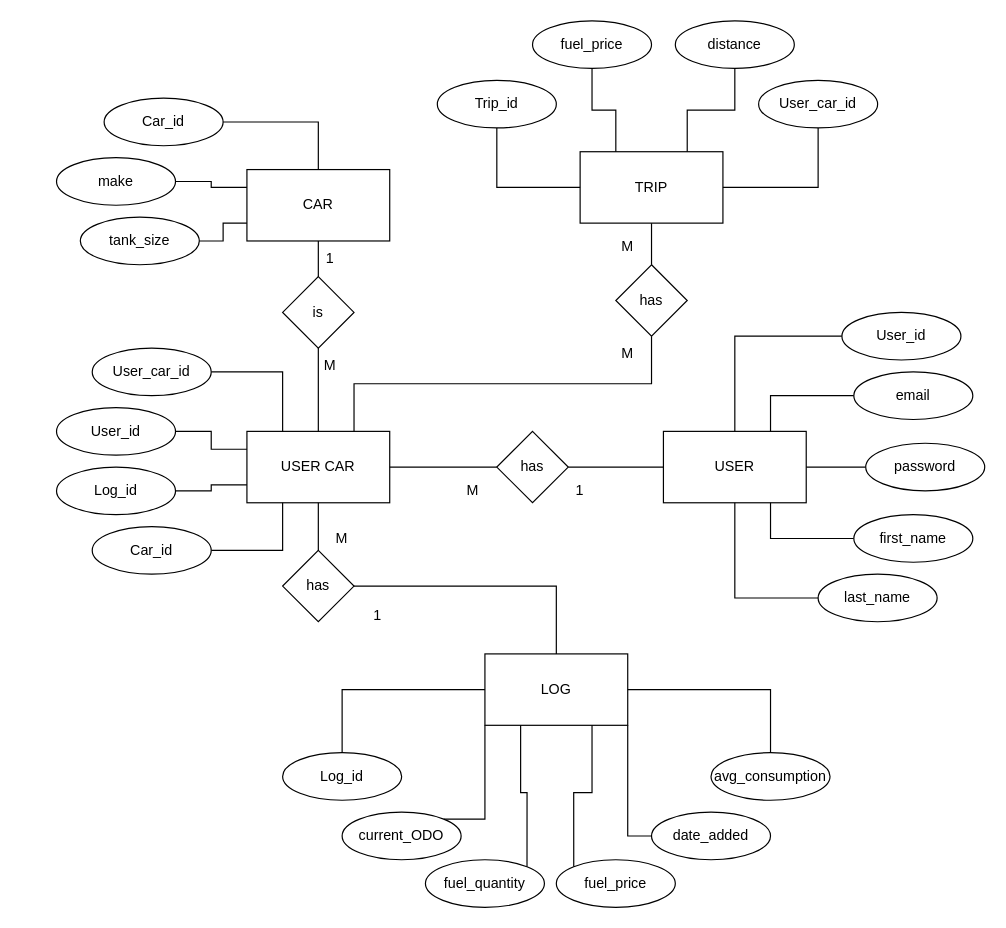
This is Fuel-log-API.drawio from jordansaker/ERDs, a draw.io file, before an edit. Source tidied: cells renumbered, new cells numbered last; positions are measured from the earlier drawing's top-left corner, leaving out a move shared by most shapes. Both pictures are drawn from the tidied source at 119%, with x=0, y=0 at pixel (56, 20).
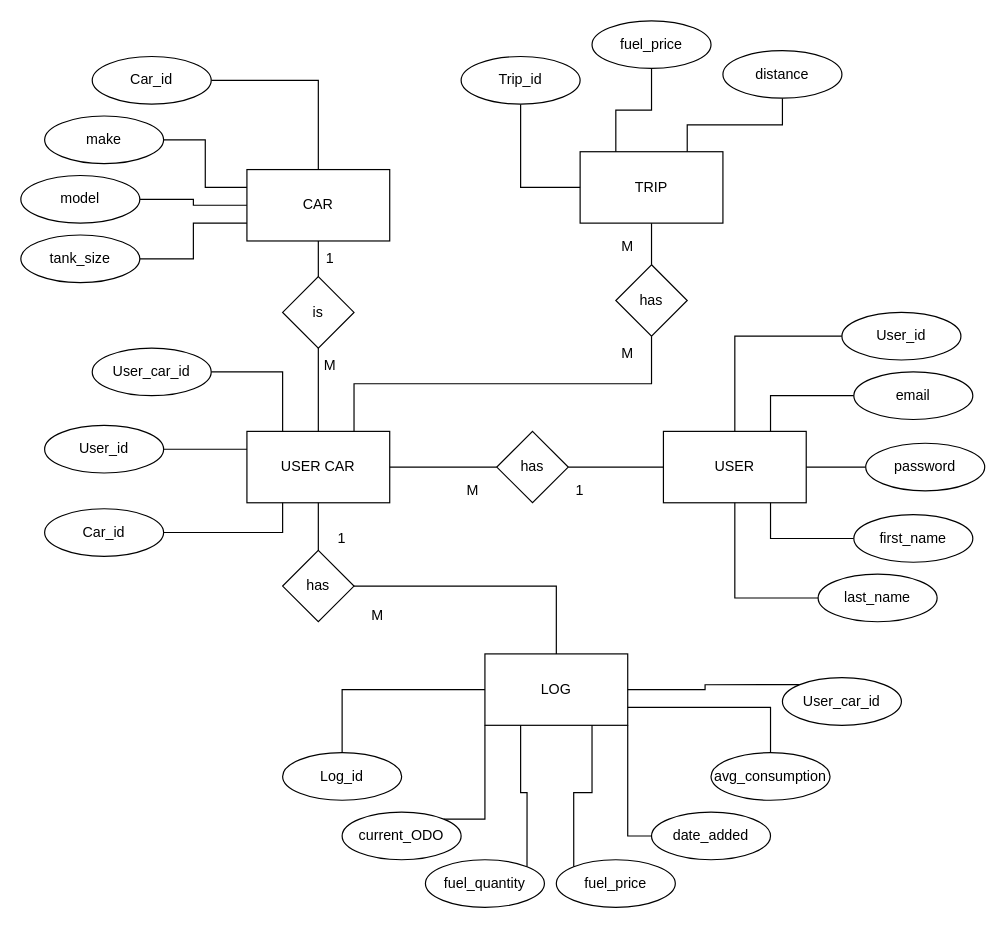
The same page after the edit.

The change refers to these unchanged cells:
```xml
<mxCell id="4" value="CAR" style="rounded=0;whiteSpace=wrap;html=1;" parent="1" vertex="1">
  <mxGeometry x="160" y="125" width="120" height="60" as="geometry" />
</mxCell>
<mxCell id="5" value="USER CAR" style="rounded=0;whiteSpace=wrap;html=1;" parent="1" vertex="1">
  <mxGeometry x="160" y="345" width="120" height="60" as="geometry" />
</mxCell>
<mxCell id="6" value="LOG" style="rounded=0;whiteSpace=wrap;html=1;" parent="1" vertex="1">
  <mxGeometry x="360" y="532" width="120" height="60" as="geometry" />
</mxCell>
<mxCell id="7" value="TRIP" style="rounded=0;whiteSpace=wrap;html=1;" parent="1" vertex="1">
  <mxGeometry x="440" y="110" width="120" height="60" as="geometry" />
</mxCell>
<mxCell id="45" value="avg_consumption" style="ellipse;whiteSpace=wrap;html=1;" parent="1" vertex="1">
  <mxGeometry x="550" y="615" width="100" height="40" as="geometry" />
</mxCell>
```

The edit, as a diff of the source:
```diff
@@
     <mxCell id="23" value="User_id" style="ellipse;whiteSpace=wrap;html=1;" parent="1" vertex="1">
-      <mxGeometry y="325" width="100" height="40" as="geometry" />
+      <mxGeometry x="-10" y="340" width="100" height="40" as="geometry" />
     </mxCell>
-    <mxCell id="24" style="edgeStyle=orthogonalEdgeStyle;rounded=0;jettySize=auto;html=1;exitX=1;exitY=0.5;exitDx=0;exitDy=0;entryX=0;entryY=0.75;entryDx=0;entryDy=0;endArrow=none;endFill=0;" parent="1" edge="1" source="25" target="5">
-      <mxGeometry relative="1" as="geometry" />
-    </mxCell>
-    <mxCell id="25" value="Log_id" style="ellipse;whiteSpace=wrap;html=1;" parent="1" vertex="1">
-      <mxGeometry y="375" width="100" height="40" as="geometry" />
-    </mxCell>
@@
     <mxCell id="27" value="Car_id" style="ellipse;whiteSpace=wrap;html=1;" parent="1" vertex="1">
-      <mxGeometry x="30" y="425" width="100" height="40" as="geometry" />
+      <mxGeometry x="-10" y="410" width="100" height="40" as="geometry" />
     </mxCell>
@@
-    <mxCell id="44" style="edgeStyle=orthogonalEdgeStyle;rounded=0;jettySize=auto;html=1;exitX=0.5;exitY=0;exitDx=0;exitDy=0;entryX=1;entryY=0.5;entryDx=0;entryDy=0;endArrow=none;endFill=0;" parent="1" edge="1" source="45" target="6">
+    <mxCell id="44" style="edgeStyle=orthogonalEdgeStyle;rounded=0;jettySize=auto;html=1;exitX=0.5;exitY=0;exitDx=0;exitDy=0;entryX=1;entryY=0.75;entryDx=0;entryDy=0;endArrow=none;endFill=0;" parent="1" edge="1" source="45" target="6">
       <mxGeometry relative="1" as="geometry" />
     </mxCell>
@@
     <mxCell id="50" value="Trip_id" style="ellipse;whiteSpace=wrap;html=1;" parent="1" vertex="1">
-      <mxGeometry x="320" y="50" width="100" height="40" as="geometry" />
+      <mxGeometry x="340" y="30" width="100" height="40" as="geometry" />
     </mxCell>
@@
     <mxCell id="52" value="fuel_price" style="ellipse;whiteSpace=wrap;html=1;" parent="1" vertex="1">
-      <mxGeometry x="400" width="100" height="40" as="geometry" />
+      <mxGeometry x="450" width="100" height="40" as="geometry" />
     </mxCell>
@@
     <mxCell id="54" value="distance" style="ellipse;whiteSpace=wrap;html=1;" parent="1" vertex="1">
-      <mxGeometry x="520" width="100" height="40" as="geometry" />
+      <mxGeometry x="560" y="25" width="100" height="40" as="geometry" />
     </mxCell>
-    <mxCell id="55" style="edgeStyle=orthogonalEdgeStyle;rounded=0;jettySize=auto;html=1;exitX=0.5;exitY=1;exitDx=0;exitDy=0;entryX=1;entryY=0.5;entryDx=0;entryDy=0;endArrow=none;endFill=0;" parent="1" edge="1" source="56" target="7">
-      <mxGeometry relative="1" as="geometry" />
-    </mxCell>
-    <mxCell id="56" value="User_car_id" style="ellipse;whiteSpace=wrap;html=1;" parent="1" vertex="1">
-      <mxGeometry x="590" y="50" width="100" height="40" as="geometry" />
-    </mxCell>
@@
     <mxCell id="58" value="Car_id" style="ellipse;whiteSpace=wrap;html=1;" parent="1" vertex="1">
-      <mxGeometry x="40" y="65" width="100" height="40" as="geometry" />
+      <mxGeometry x="30" y="30" width="100" height="40" as="geometry" />
     </mxCell>
@@
     <mxCell id="60" value="make" style="ellipse;whiteSpace=wrap;html=1;" parent="1" vertex="1">
-      <mxGeometry y="115" width="100" height="40" as="geometry" />
+      <mxGeometry x="-10" y="80" width="100" height="40" as="geometry" />
     </mxCell>
@@
     <mxCell id="62" value="tank_size" style="ellipse;whiteSpace=wrap;html=1;" parent="1" vertex="1">
-      <mxGeometry x="20" y="165" width="100" height="40" as="geometry" />
+      <mxGeometry x="-30" y="180" width="100" height="40" as="geometry" />
     </mxCell>
@@
-    <mxCell id="64" value="M" style="text;html=1;strokeColor=none;fillColor=none;align=center;verticalAlign=middle;whiteSpace=wrap;rounded=0;" parent="1" vertex="1">
+    <mxCell id="64" value="1" style="text;html=1;strokeColor=none;fillColor=none;align=center;verticalAlign=middle;whiteSpace=wrap;rounded=0;" parent="1" vertex="1">
       <mxGeometry x="210" y="420" width="60" height="30" as="geometry" />
     </mxCell>
-    <mxCell id="65" value="1" style="text;html=1;strokeColor=none;fillColor=none;align=center;verticalAlign=middle;whiteSpace=wrap;rounded=0;" parent="1" vertex="1">
+    <mxCell id="65" value="M" style="text;html=1;strokeColor=none;fillColor=none;align=center;verticalAlign=middle;whiteSpace=wrap;rounded=0;" parent="1" vertex="1">
       <mxGeometry x="240" y="485" width="60" height="30" as="geometry" />
     </mxCell>
@@
+    <mxCell id="71" style="edgeStyle=orthogonalEdgeStyle;rounded=0;jettySize=auto;html=1;exitX=0;exitY=0;exitDx=0;exitDy=0;entryX=1;entryY=0.5;entryDx=0;entryDy=0;endArrow=none;endFill=0;" parent="1" edge="1" source="56" target="6">
+      <mxGeometry relative="1" as="geometry" />
+    </mxCell>
+    <mxCell id="56" value="User_car_id" style="ellipse;whiteSpace=wrap;html=1;" parent="1" vertex="1">
+      <mxGeometry x="610" y="552" width="100" height="40" as="geometry" />
+    </mxCell>
+    <mxCell id="72" style="edgeStyle=orthogonalEdgeStyle;rounded=0;jettySize=auto;html=1;exitX=1;exitY=0.5;exitDx=0;exitDy=0;entryX=0;entryY=0.5;entryDx=0;entryDy=0;endArrow=none;endFill=0;" parent="1" edge="1" source="73" target="4">
+      <mxGeometry relative="1" as="geometry" />
+    </mxCell>
+    <mxCell id="73" value="model" style="ellipse;whiteSpace=wrap;html=1;" parent="1" vertex="1">
+      <mxGeometry x="-30" y="130" width="100" height="40" as="geometry" />
+    </mxCell>
```
